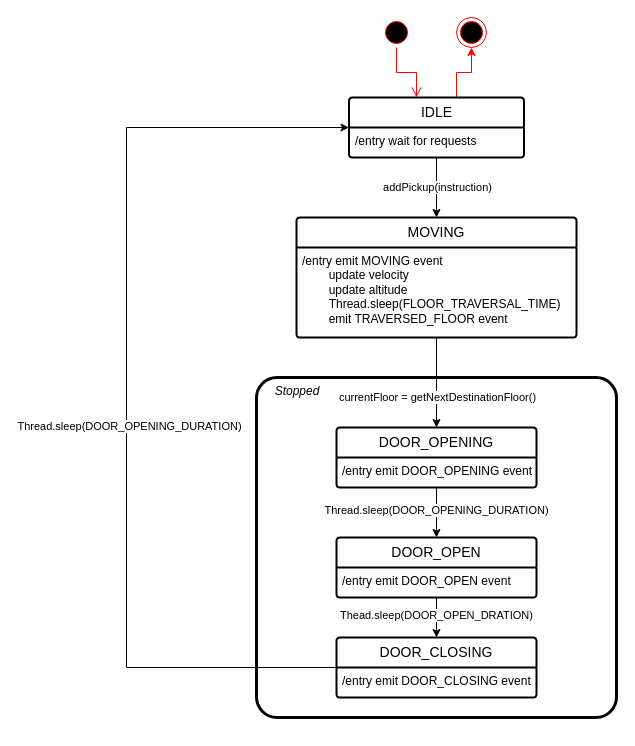
Above: page "elevator" (1 of 3) of docs/state-diagram/state-diagram.drawio in Nicerice96/3303---Elevator (draw.io), before the change. Source tidied: cells renumbered, new cells numbered last; positions are measured from the earlier drawing's top-left corner, leaving out a move shared by most shapes. Both pictures are drawn from the tidied source at 100%, with x=0, y=0 at pixel (126, 17).
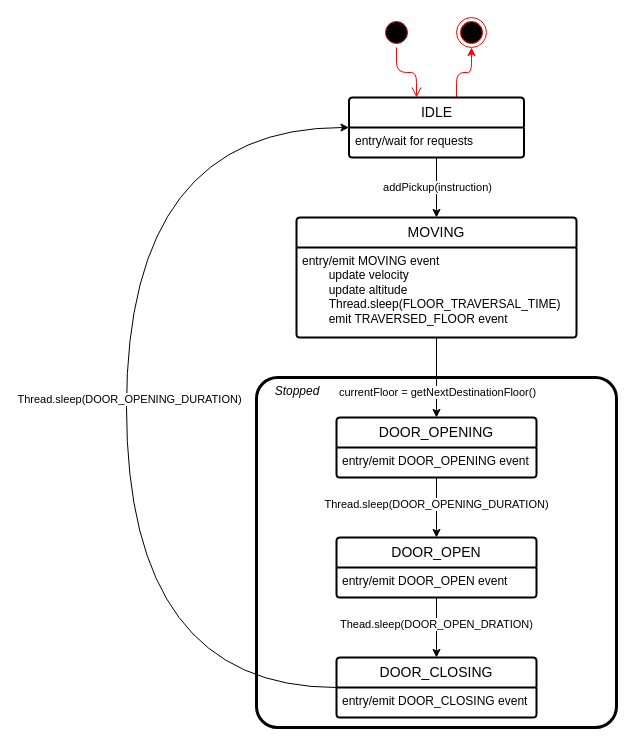
The same page after the edit.

The change refers to these unchanged cells:
```xml
<mxCell id="4" style="ellipse;html=1;shape=startState;fillColor=#000000;strokeColor=#ff0000;" parent="1" vertex="1">
  <mxGeometry x="255" width="30" height="30" as="geometry" />
</mxCell>
<mxCell id="6" style="ellipse;html=1;shape=endState;fillColor=#000000;strokeColor=#ff0000;" parent="1" vertex="1">
  <mxGeometry x="330" width="30" height="30" as="geometry" />
</mxCell>
<mxCell id="13" value="IDLE" style="swimlane;horizontal=1;startSize=30;rounded=1;fontSize=14;fontStyle=0;strokeWidth=2;shadow=0;dashed=0;align=center;arcSize=4;whiteSpace=wrap;html=1;" parent="1" vertex="1">
  <mxGeometry x="222.5" y="80" width="175" height="60" as="geometry" />
</mxCell>
<mxCell id="19" value="DOOR_OPEN" style="swimlane;horizontal=1;startSize=30;rounded=1;fontSize=14;fontStyle=0;strokeWidth=2;shadow=0;dashed=0;align=center;arcSize=4;whiteSpace=wrap;html=1;" parent="1" vertex="1">
  <mxGeometry x="210" y="520" width="200" height="60" as="geometry" />
</mxCell>
<mxCell id="23" value="MOVING" style="swimlane;horizontal=1;startSize=30;rounded=1;fontSize=14;fontStyle=0;strokeWidth=2;shadow=0;dashed=0;align=center;arcSize=4;whiteSpace=wrap;html=1;" parent="1" vertex="1">
  <mxGeometry x="170" y="200" width="280" height="120" as="geometry" />
</mxCell>
```

What changed in the source:
```diff
@@
     <mxCell id="2" value="&amp;nbsp; &amp;nbsp; &amp;nbsp;Stopped" style="rounded=1;whiteSpace=wrap;html=1;fillColor=none;verticalAlign=top;align=left;strokeWidth=3;arcSize=6;fontStyle=2;" parent="1" vertex="1">
-      <mxGeometry x="130" y="360" width="360" height="340" as="geometry" />
+      <mxGeometry x="130" y="360" width="360" height="350" as="geometry" />
     </mxCell>
-    <mxCell id="3" style="edgeStyle=orthogonalEdgeStyle;rounded=0;jettySize=auto;html=1;fontColor=#ff0000;labelBorderColor=none;strokeColor=#FF0000;" parent="1" edge="1" source="13" target="6">
+    <mxCell id="3" style="edgeStyle=orthogonalEdgeStyle;rounded=1;jettySize=auto;html=1;fontColor=#ff0000;labelBorderColor=none;strokeColor=#FF0000;curved=0;" parent="1" edge="1" source="13" target="6">
       <mxGeometry relative="1" as="geometry">
         <Array as="points">
           <mxPoint x="330" y="55" />
           <mxPoint x="345" y="55" />
         </Array>
       </mxGeometry>
     </mxCell>
@@
-    <mxCell id="5" style="edgeStyle=orthogonalEdgeStyle;html=1;verticalAlign=bottom;endArrow=open;endSize=8;strokeColor=#ff0000;rounded=0;" parent="1" edge="1" source="4" target="13">
+    <mxCell id="5" style="edgeStyle=orthogonalEdgeStyle;html=1;verticalAlign=bottom;endArrow=open;endSize=8;strokeColor=#ff0000;rounded=1;curved=0;" parent="1" edge="1" source="4" target="13">
       <mxGeometry relative="1" as="geometry">
         <Array as="points">
           <mxPoint x="270" y="55" />
           <mxPoint x="290" y="55" />
         </Array>
       </mxGeometry>
     </mxCell>
@@
-    <mxCell id="7" style="edgeStyle=orthogonalEdgeStyle;rounded=0;jettySize=auto;html=1;" parent="1" edge="1" source="9" target="13">
+    <mxCell id="7" style="edgeStyle=orthogonalEdgeStyle;rounded=0;jettySize=auto;html=1;curved=1;" parent="1" edge="1" source="9" target="13">
       <mxGeometry relative="1" as="geometry">
         <Array as="points">
-          <mxPoint y="650" />
+          <mxPoint y="670" />
           <mxPoint y="110" />
         </Array>
       </mxGeometry>
     </mxCell>
     <mxCell id="8" value="Thread.sleep(DOOR_OPENING_DURATION)" style="edgeLabel;html=1;align=center;verticalAlign=middle;" parent="7" vertex="1">
-      <mxGeometry x="-0.07" y="-2" relative="1" as="geometry" />
+      <mxGeometry x="-0.07" y="-2" relative="1" as="geometry">
+        <mxPoint y="-37" as="offset" />
+      </mxGeometry>
     </mxCell>
     <mxCell id="9" value="DOOR_CLOSING" style="swimlane;horizontal=1;startSize=30;rounded=1;fontSize=14;fontStyle=0;strokeWidth=2;shadow=0;dashed=0;align=center;arcSize=4;whiteSpace=wrap;html=1;" parent="1" vertex="1">
-      <mxGeometry x="210" y="620" width="200" height="60" as="geometry" />
+      <mxGeometry x="210" y="640" width="200" height="60" as="geometry" />
     </mxCell>
-    <mxCell id="10" value="/entry emit DOOR_CLOSING event&lt;br&gt;&lt;span style=&quot;white-space: pre;&quot;&gt;&#9;&lt;/span&gt;" style="align=left;strokeColor=none;fillColor=none;spacingLeft=4;fontSize=12;verticalAlign=top;html=1;" parent="9" vertex="1">
+    <mxCell id="10" value="entry/emit DOOR_CLOSING event" style="align=left;strokeColor=none;fillColor=none;spacingLeft=4;fontSize=12;verticalAlign=top;html=1;" parent="9" vertex="1">
       <mxGeometry y="30" width="200" height="30" as="geometry" />
     </mxCell>
@@
-    <mxCell id="14" value="/entry wait for requests" style="align=left;strokeColor=none;fillColor=none;spacingLeft=4;fontSize=12;verticalAlign=top;html=1;" parent="13" vertex="1">
+    <mxCell id="14" value="entry/wait for requests" style="align=left;strokeColor=none;fillColor=none;spacingLeft=4;fontSize=12;verticalAlign=top;html=1;" parent="13" vertex="1">
       <mxGeometry y="30" width="175" height="30" as="geometry" />
     </mxCell>
     <mxCell id="15" value="DOOR_OPENING" style="swimlane;horizontal=1;startSize=30;rounded=1;fontSize=14;fontStyle=0;strokeWidth=2;shadow=0;dashed=0;align=center;arcSize=4;whiteSpace=wrap;html=1;" parent="1" vertex="1">
-      <mxGeometry x="210" y="410" width="200" height="60" as="geometry" />
+      <mxGeometry x="210" y="400" width="200" height="60" as="geometry" />
     </mxCell>
-    <mxCell id="16" value="/entry emit DOOR_OPENING event&lt;br&gt;&lt;span style=&quot;white-space: pre;&quot;&gt;&#9;&lt;/span&gt;" style="align=left;strokeColor=none;fillColor=none;spacingLeft=4;fontSize=12;verticalAlign=top;html=1;" parent="15" vertex="1">
+    <mxCell id="16" value="entry/emit DOOR_OPENING event" style="align=left;strokeColor=none;fillColor=none;spacingLeft=4;fontSize=12;verticalAlign=top;html=1;" parent="15" vertex="1">
       <mxGeometry y="30" width="200" height="30" as="geometry" />
     </mxCell>
@@
-    <mxCell id="20" value="/entry emit DOOR_OPEN event&lt;br&gt;&lt;span style=&quot;white-space: pre;&quot;&gt;&#9;&lt;/span&gt;" style="align=left;strokeColor=none;fillColor=none;spacingLeft=4;fontSize=12;verticalAlign=top;html=1;" parent="19" vertex="1">
+    <mxCell id="20" value="entry/emit DOOR_OPEN event" style="align=left;strokeColor=none;fillColor=none;spacingLeft=4;fontSize=12;verticalAlign=top;html=1;" parent="19" vertex="1">
       <mxGeometry y="30" width="200" height="30" as="geometry" />
     </mxCell>
@@
-    <mxCell id="24" value="/entry emit MOVING event&lt;br&gt;&lt;span style=&quot;white-space: pre;&quot;&gt;&#9;&lt;/span&gt;update velocity&lt;br&gt;&lt;span style=&quot;white-space: pre;&quot;&gt;&#9;&lt;/span&gt;update altitude&lt;br&gt;&lt;span style=&quot;white-space: pre;&quot;&gt;&#9;&lt;/span&gt;Thread.sleep(FLOOR_TRAVERSAL_TIME)&lt;br&gt;&lt;span style=&quot;white-space: pre;&quot;&gt;&#9;&lt;/span&gt;emit TRAVERSED_FLOOR event" style="align=left;strokeColor=none;fillColor=none;spacingLeft=4;fontSize=12;verticalAlign=top;html=1;" parent="23" vertex="1">
+    <mxCell id="24" value="entry/emit MOVING event&lt;br&gt;&lt;span style=&quot;white-space: pre;&quot;&gt;&#9;&lt;/span&gt;update velocity&lt;br&gt;&lt;span style=&quot;white-space: pre;&quot;&gt;&#9;&lt;/span&gt;update altitude&lt;br&gt;&lt;span style=&quot;white-space: pre;&quot;&gt;&#9;&lt;/span&gt;Thread.sleep(FLOOR_TRAVERSAL_TIME)&lt;br&gt;&lt;span style=&quot;white-space: pre;&quot;&gt;&#9;&lt;/span&gt;emit TRAVERSED_FLOOR event" style="align=left;strokeColor=none;fillColor=none;spacingLeft=4;fontSize=12;verticalAlign=top;html=1;" parent="23" vertex="1">
       <mxGeometry y="30" width="280" height="90" as="geometry" />
     </mxCell>
```
